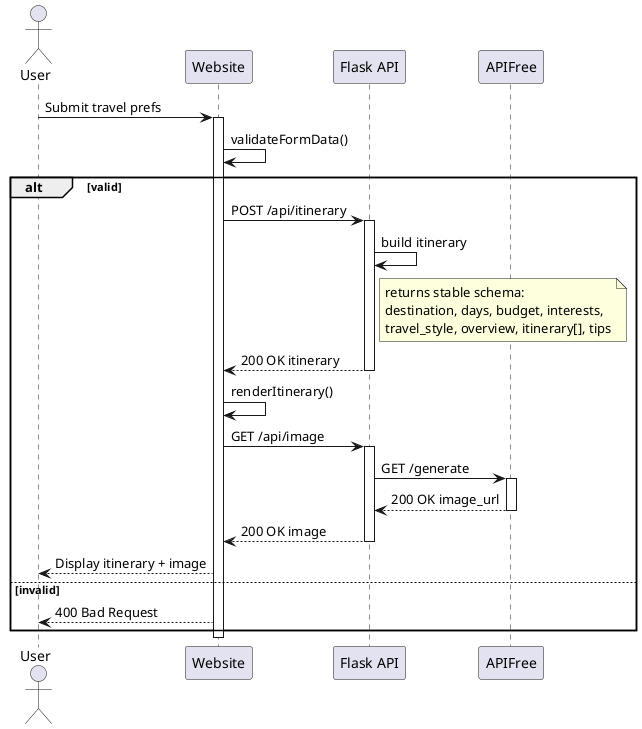
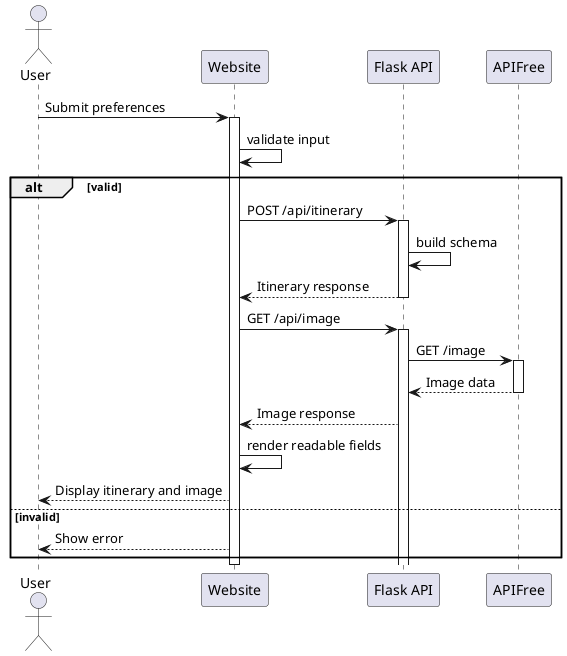
@startuml
actor User
participant Website
- participant "Flask API" as FlaskAPI
+ participant "Flask API" as API
participant APIFree
- 
- User -> Website: Submit travel prefs
+ User -> Website: Submit preferences
activate Website
- Website -> Website: validateFormData()
+ Website -> Website: validate input
alt valid
-   Website -> FlaskAPI: POST /api/itinerary
-   activate FlaskAPI
-   FlaskAPI -> FlaskAPI: build itinerary
-   note right of FlaskAPI: returns stable schema:\ndestination, days, budget, interests,\ntravel_style, overview, itinerary[], tips
-   FlaskAPI --> Website: 200 OK itinerary
-   deactivate FlaskAPI
- 
-   Website -> Website: renderItinerary()
-   Website -> FlaskAPI: GET /api/image
-   activate FlaskAPI
-   FlaskAPI -> APIFree: GET /generate
-   activate APIFree
-   APIFree --> FlaskAPI: 200 OK image_url
-   deactivate APIFree
-   FlaskAPI --> Website: 200 OK image
-   deactivate FlaskAPI
- 
-   Website --> User: Display itinerary + image
+  Website -> API: POST /api/itinerary
+  activate API
+  API -> API: build schema
+  API --> Website: Itinerary response
+  deactivate API
+  Website -> API: GET /api/image
+  activate API
+  API -> APIFree: GET /image
+  activate APIFree
+  APIFree --> API: Image data
+  deactivate APIFree
+  API --> Website: Image response
+  Website -> Website: render readable fields
+  Website --> User: Display itinerary and image
else invalid
-   Website --> User: 400 Bad Request
+  Website --> User: Show error
end
deactivate Website
@enduml